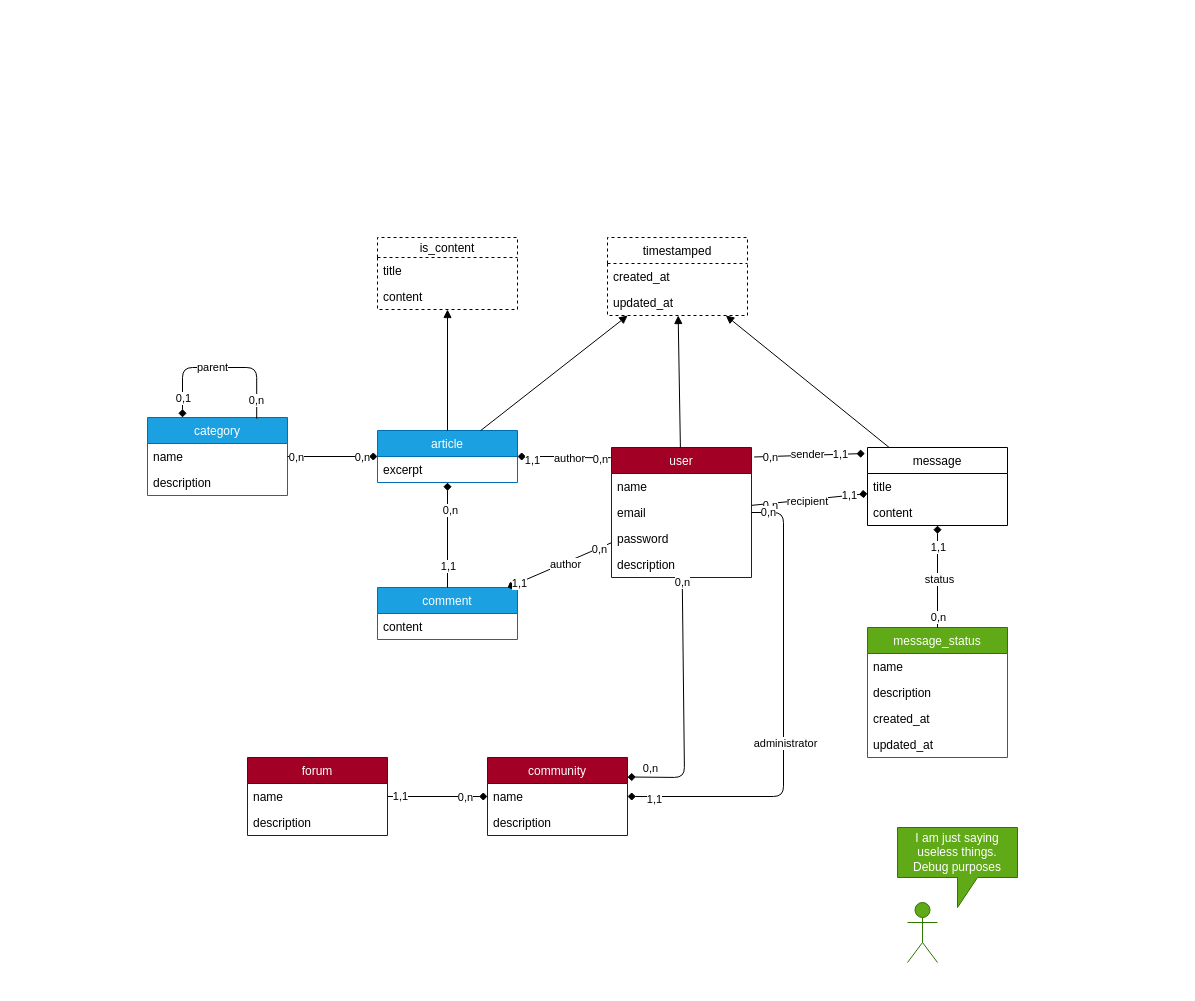
Above: demo/mcd-xml.drawio in deljdlx/drawio-to-sql (draw.io), before the change. Source tidied: cells renumbered, new cells numbered last; positions are measured from the earlier drawing's top-left corner, leaving out a move shared by most shapes. Both pictures are drawn from the tidied source at 100%, with x=0, y=0 at pixel (147, 237).
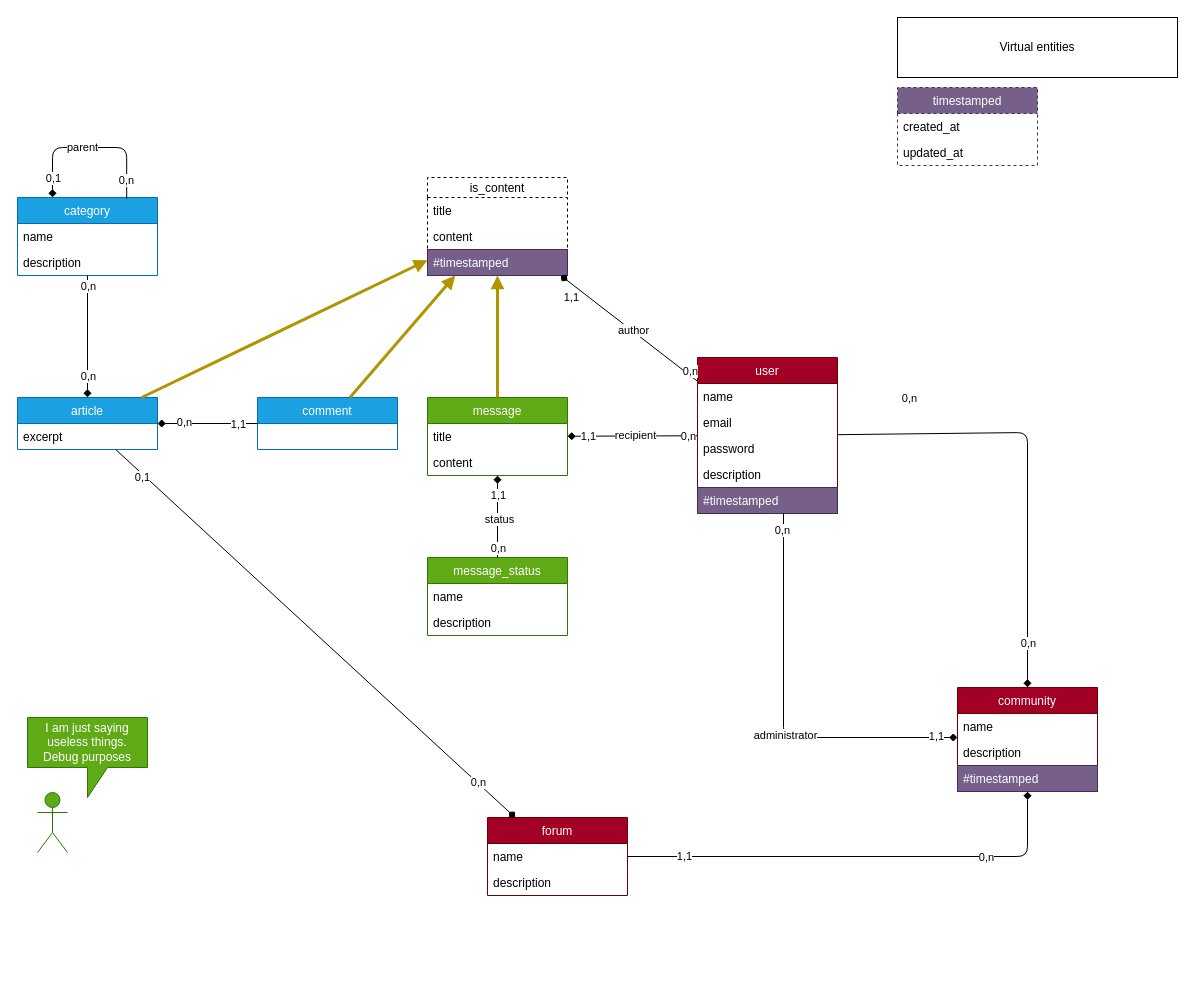
Above is the later version.

Commit message (it also covers changes not shown here):
handling extends and virtual entities + alias

Unchanged cells that the change refers to:
```xml
<mxCell id="10" style="endArrow=none;html=1;endFill=0;startArrow=diamond;startFill=1;" parent="1" edge="1" source="7" target="2">
  <mxGeometry relative="1" as="geometry" />
</mxCell>
```

Diff of the diagram source:
```diff
@@
     <mxCell id="2" value="user" style="swimlane;fontStyle=0;horizontal=1;startSize=26;fillColor=#a20025;strokeColor=#6F0000;fontColor=#ffffff;" parent="1" vertex="1">
-      <mxGeometry x="464" y="210" width="140" height="130" as="geometry" />
+      <mxGeometry x="550" y="120" width="140" height="156" as="geometry" />
     </mxCell>
@@
+    <mxCell id="82" value="#timestamped" style="text;strokeColor=#432D57;fillColor=#76608a;align=left;verticalAlign=top;spacingLeft=4;spacingRight=4;overflow=hidden;fontColor=#ffffff;" parent="2" vertex="1">
+      <mxGeometry y="130" width="140" height="26" as="geometry" />
+    </mxCell>
-    <mxCell id="7" value="message" style="swimlane;fontStyle=0;horizontal=1;startSize=26;fillColor=none;" parent="1" vertex="1">
-      <mxGeometry x="720" y="210" width="140" height="78" as="geometry" />
+    <mxCell id="7" value="message" style="swimlane;fontStyle=0;horizontal=1;startSize=26;fillColor=#60a917;strokeColor=#2D7600;fontColor=#ffffff;" parent="1" vertex="1">
+      <mxGeometry x="280" y="160" width="140" height="78" as="geometry" />
     </mxCell>
@@
     <mxCell id="11" value="1,1" style="edgeLabel;html=1;align=center;verticalAlign=middle;" parent="10" vertex="1">
       <mxGeometry x="-0.85" relative="1" as="geometry">
-        <mxPoint x="-10" as="offset" />
+        <mxPoint x="10.8" as="offset" />
       </mxGeometry>
     </mxCell>
     <mxCell id="12" value="0,n" style="edgeLabel;html=1;align=center;verticalAlign=middle;" parent="10" vertex="1">
       <mxGeometry x="0.9" relative="1" as="geometry">
-        <mxPoint x="12.8" as="offset" />
+        <mxPoint x="-3.3" as="offset" />
       </mxGeometry>
     </mxCell>
@@
-    <mxCell id="14" style="endArrow=none;html=1;endFill=0;startArrow=diamond;startFill=1;exitX=-0.019;exitY=0.077;exitDx=0;exitDy=0;exitPerimeter=0;entryX=1.019;entryY=0.073;entryDx=0;entryDy=0;entryPerimeter=0;" parent="1" edge="1" source="7" target="2">
-      <mxGeometry relative="1" as="geometry" />
-    </mxCell>
-    <mxCell id="15" value="1,1" style="edgeLabel;html=1;align=center;verticalAlign=middle;" parent="14" vertex="1">
-      <mxGeometry x="-0.85" relative="1" as="geometry">
-        <mxPoint x="-17.3" as="offset" />
-      </mxGeometry>
-    </mxCell>
-    <mxCell id="16" value="0,n" style="edgeLabel;html=1;align=center;verticalAlign=middle;" parent="14" vertex="1">
-      <mxGeometry x="0.9" relative="1" as="geometry">
-        <mxPoint x="10.2" as="offset" />
-      </mxGeometry>
-    </mxCell>
-    <mxCell id="17" value="sender" style="edgeLabel;html=1;align=center;verticalAlign=middle;" parent="14" vertex="1">
-      <mxGeometry x="0.04" y="1" relative="1" as="geometry">
-        <mxPoint y="-2.7" as="offset" />
-      </mxGeometry>
-    </mxCell>
     <mxCell id="18" value="message_status" style="swimlane;fontStyle=0;horizontal=1;startSize=26;fillColor=#60a917;strokeColor=#2D7600;fontColor=#ffffff;" parent="1" vertex="1">
-      <mxGeometry x="720" y="390" width="140" height="130" as="geometry" />
+      <mxGeometry x="280" y="320" width="140" height="78" as="geometry" />
     </mxCell>
@@
-    <mxCell id="21" value="created_at" style="text;strokeColor=none;fillColor=none;align=left;verticalAlign=top;spacingLeft=4;spacingRight=4;overflow=hidden;" parent="18" vertex="1">
-      <mxGeometry y="78" width="140" height="26" as="geometry" />
-    </mxCell>
-    <mxCell id="22" value="updated_at" style="text;strokeColor=none;fillColor=none;align=left;verticalAlign=top;spacingLeft=4;spacingRight=4;overflow=hidden;" parent="18" vertex="1">
-      <mxGeometry y="104" width="140" height="26" as="geometry" />
-    </mxCell>
@@
     <mxCell id="27" value="community" style="swimlane;fontStyle=0;horizontal=1;startSize=26;fillColor=#a20025;strokeColor=#6F0000;fontColor=#ffffff;" parent="1" vertex="1">
-      <mxGeometry x="340" y="520" width="140" height="78" as="geometry" />
+      <mxGeometry x="810" y="450" width="140" height="104" as="geometry" />
     </mxCell>
@@
+    <mxCell id="83" value="#timestamped" style="text;strokeColor=#432D57;fillColor=#76608a;align=left;verticalAlign=top;spacingLeft=4;spacingRight=4;overflow=hidden;fontColor=#ffffff;" parent="27" vertex="1">
+      <mxGeometry y="78" width="140" height="26" as="geometry" />
+    </mxCell>
-    <mxCell id="30" style="endArrow=none;html=1;endFill=0;startArrow=diamond;startFill=1;exitX=1;exitY=0.25;exitDx=0;exitDy=0;" parent="1" edge="1" source="27" target="2">
+    <mxCell id="30" style="endArrow=none;html=1;endFill=0;startArrow=diamond;startFill=1;" parent="1" edge="1" source="27" target="2">
       <mxGeometry relative="1" as="geometry">
         <Array as="points">
-          <mxPoint x="537" y="540" />
+          <mxPoint x="880" y="195" />
         </Array>
       </mxGeometry>
     </mxCell>
@@
     <mxCell id="33" style="group;" parent="1" vertex="1">
-      <mxGeometry x="750" y="590" width="120" height="135" as="geometry" />
+      <mxGeometry x="-120" y="480" width="120" height="135" as="geometry" />
     </mxCell>
@@
     <mxCell id="40" value="article" style="swimlane;fontStyle=0;horizontal=1;startSize=26;fillColor=#1ba1e2;strokeColor=#006EAF;fontColor=#ffffff;" parent="1" vertex="1">
-      <mxGeometry x="230" y="193" width="140" height="52" as="geometry" />
+      <mxGeometry x="-130" y="160" width="140" height="52" as="geometry" />
     </mxCell>
@@
-    <mxCell id="42" style="edgeStyle=elbowEdgeStyle;elbow=horizontal;endArrow=none;html=1;endFill=0;startArrow=diamond;startFill=1;entryX=-0.005;entryY=0.078;entryDx=0;entryDy=0;entryPerimeter=0;" parent="1" edge="1" source="40" target="2">
-      <mxGeometry relative="1" as="geometry" />
-    </mxCell>
-    <mxCell id="43" value="1,1" style="edgeLabel;html=1;align=center;verticalAlign=middle;" parent="42" vertex="1">
-      <mxGeometry x="-0.71" y="-3" relative="1" as="geometry" />
-    </mxCell>
-    <mxCell id="44" value="0,n" style="edgeLabel;html=1;align=center;verticalAlign=middle;" parent="42" vertex="1">
-      <mxGeometry x="0.77" y="-1" relative="1" as="geometry" />
-    </mxCell>
-    <mxCell id="45" value="author" style="edgeLabel;html=1;align=center;verticalAlign=middle;" parent="42" vertex="1">
-      <mxGeometry x="0.13" relative="1" as="geometry" />
-    </mxCell>
     <mxCell id="46" value="comment" style="swimlane;fontStyle=0;horizontal=1;startSize=26;fillColor=#1ba1e2;strokeColor=#006EAF;fontColor=#ffffff;" parent="1" vertex="1">
-      <mxGeometry x="230" y="350" width="140" height="52" as="geometry" />
+      <mxGeometry x="110" y="160" width="140" height="52" as="geometry" />
     </mxCell>
-    <mxCell id="47" value="content" style="text;strokeColor=none;fillColor=none;align=left;verticalAlign=top;spacingLeft=4;spacingRight=4;overflow=hidden;" parent="46" vertex="1">
-      <mxGeometry y="26" width="140" height="26" as="geometry" />
-    </mxCell>
-    <mxCell id="48" style="endArrow=none;html=1;endFill=0;startArrow=diamond;startFill=1;" parent="1" edge="1" source="46" target="2">
-      <mxGeometry relative="1" as="geometry" />
-    </mxCell>
-    <mxCell id="49" value="1,1" style="edgeLabel;html=1;align=center;verticalAlign=middle;" parent="48" vertex="1">
-      <mxGeometry x="-0.78" y="-1" relative="1" as="geometry">
-        <mxPoint y="-1" as="offset" />
-      </mxGeometry>
-    </mxCell>
-    <mxCell id="50" value="0,n" style="edgeLabel;html=1;align=center;verticalAlign=middle;" parent="48" vertex="1">
-      <mxGeometry x="0.75" y="-1" relative="1" as="geometry" />
-    </mxCell>
-    <mxCell id="51" value="author" style="edgeLabel;html=1;align=center;verticalAlign=middle;" parent="48" vertex="1">
-      <mxGeometry x="0.09" y="-1" relative="1" as="geometry" />
-    </mxCell>
@@
     <mxCell id="55" style="group;" parent="1" vertex="1">
-      <mxGeometry y="130" width="140" height="128" as="geometry" />
+      <mxGeometry x="-130" y="-90" width="140" height="128" as="geometry" />
     </mxCell>
@@
     <mxCell id="66" value="forum" style="swimlane;fontStyle=0;horizontal=1;startSize=26;fillColor=#a20025;strokeColor=#6F0000;fontColor=#ffffff;" parent="1" vertex="1">
-      <mxGeometry x="100" y="520" width="140" height="78" as="geometry" />
+      <mxGeometry x="340" y="580" width="140" height="78" as="geometry" />
     </mxCell>
@@
     <mxCell id="69" style="endArrow=none;html=1;startArrow=diamond;startFill=1;endFill=0;" parent="1" edge="1" source="27" target="66">
-      <mxGeometry relative="1" as="geometry" />
+      <mxGeometry relative="1" as="geometry">
+        <Array as="points">
+          <mxPoint x="880" y="619" />
+        </Array>
+      </mxGeometry>
     </mxCell>
@@
-    <mxCell id="72" value="timestamped" style="swimlane;fontStyle=0;horizontal=1;startSize=26;dashed=1;" parent="1" vertex="1">
-      <mxGeometry x="460" width="140" height="78" as="geometry" />
+    <mxCell id="72" value="timestamped" style="swimlane;fontStyle=0;horizontal=1;startSize=26;dashed=1;fillColor=#76608a;strokeColor=#432D57;fontColor=#ffffff;" parent="1" vertex="1">
+      <mxGeometry x="750" y="-150" width="140" height="78" as="geometry" />
     </mxCell>
@@
-    <mxCell id="75" style="endArrow=block;html=1;endFill=1;" parent="1" edge="1" source="40" target="72">
-      <mxGeometry relative="1" as="geometry" />
-    </mxCell>
     <mxCell id="76" value="is_content" style="swimlane;fontStyle=0;horizontal=1;startSize=20;dashed=1;" parent="1" vertex="1">
-      <mxGeometry x="230" width="140" height="72" as="geometry" />
+      <mxGeometry x="280" y="-60" width="140" height="98" as="geometry" />
     </mxCell>
@@
+    <mxCell id="84" value="#timestamped" style="text;strokeColor=#432D57;fillColor=#76608a;align=left;verticalAlign=top;spacingLeft=4;spacingRight=4;overflow=hidden;fontColor=#ffffff;" parent="76" vertex="1">
+      <mxGeometry y="72" width="140" height="26" as="geometry" />
+    </mxCell>
-    <mxCell id="79" style="endArrow=block;html=1;endFill=1;" parent="1" edge="1" source="40" target="76">
+    <mxCell id="79" style="endArrow=block;html=1;endFill=1;fillColor=#e3c800;strokeColor=#B09500;strokeWidth=3;" parent="1" edge="1" source="40" target="76">
       <mxGeometry relative="1" as="geometry" />
     </mxCell>
-    <mxCell id="80" style="endArrow=block;html=1;endFill=1;" parent="1" edge="1" source="2" target="72">
-      <mxGeometry relative="1" as="geometry" />
-    </mxCell>
-    <mxCell id="81" style="endArrow=block;html=1;endFill=1;" parent="1" edge="1" source="7" target="72">
+    <mxCell id="81" style="endArrow=block;html=1;endFill=1;fillColor=#e3c800;strokeColor=#B09500;strokeWidth=3;" parent="1" edge="1" source="7" target="76">
       <mxGeometry relative="1" as="geometry" />
     </mxCell>
+    <mxCell id="85" style="endArrow=none;html=1;endFill=0;startArrow=diamond;startFill=1;" parent="1" edge="1" source="76" target="2">
+      <mxGeometry relative="1" as="geometry" />
+    </mxCell>
+    <mxCell id="86" value="1,1" style="edgeLabel;html=1;align=center;verticalAlign=middle;" parent="85" vertex="1">
+      <mxGeometry x="-0.85" relative="1" as="geometry">
+        <mxPoint y="13.3" as="offset" />
+      </mxGeometry>
+    </mxCell>
+    <mxCell id="87" value="0,n" style="edgeLabel;html=1;align=center;verticalAlign=middle;" parent="85" vertex="1">
+      <mxGeometry x="0.9" relative="1" as="geometry">
+        <mxPoint y="-5.2" as="offset" />
+      </mxGeometry>
+    </mxCell>
+    <mxCell id="88" value="author" style="edgeLabel;html=1;align=center;verticalAlign=middle;" parent="85" vertex="1">
+      <mxGeometry x="0.04" y="1" relative="1" as="geometry" />
+    </mxCell>
+    <mxCell id="89" style="endArrow=block;html=1;endFill=1;fillColor=#e3c800;strokeColor=#B09500;strokeWidth=3;" parent="1" edge="1" source="46" target="76">
+      <mxGeometry relative="1" as="geometry" />
+    </mxCell>
+    <mxCell id="90" style="endArrow=none;html=1;endFill=0;startArrow=diamond;startFill=1;" parent="1" edge="1" source="66" target="40">
+      <mxGeometry relative="1" as="geometry" />
+    </mxCell>
+    <mxCell id="91" value="0,n" style="edgeLabel;html=1;align=center;verticalAlign=middle;" parent="90" vertex="1">
+      <mxGeometry x="-0.81" y="-2" relative="1" as="geometry">
+        <mxPoint y="1" as="offset" />
+      </mxGeometry>
+    </mxCell>
+    <mxCell id="92" value="0,1" style="edgeLabel;html=1;align=center;verticalAlign=middle;" parent="90" vertex="1">
+      <mxGeometry x="0.86" y="2" relative="1" as="geometry" />
+    </mxCell>
+    <mxCell id="93" value="Virtual entities" style="rounded=0;whiteSpace=wrap;html=1;" parent="1" vertex="1">
+      <mxGeometry x="750" y="-220" width="280" height="60" as="geometry" />
+    </mxCell>
```
